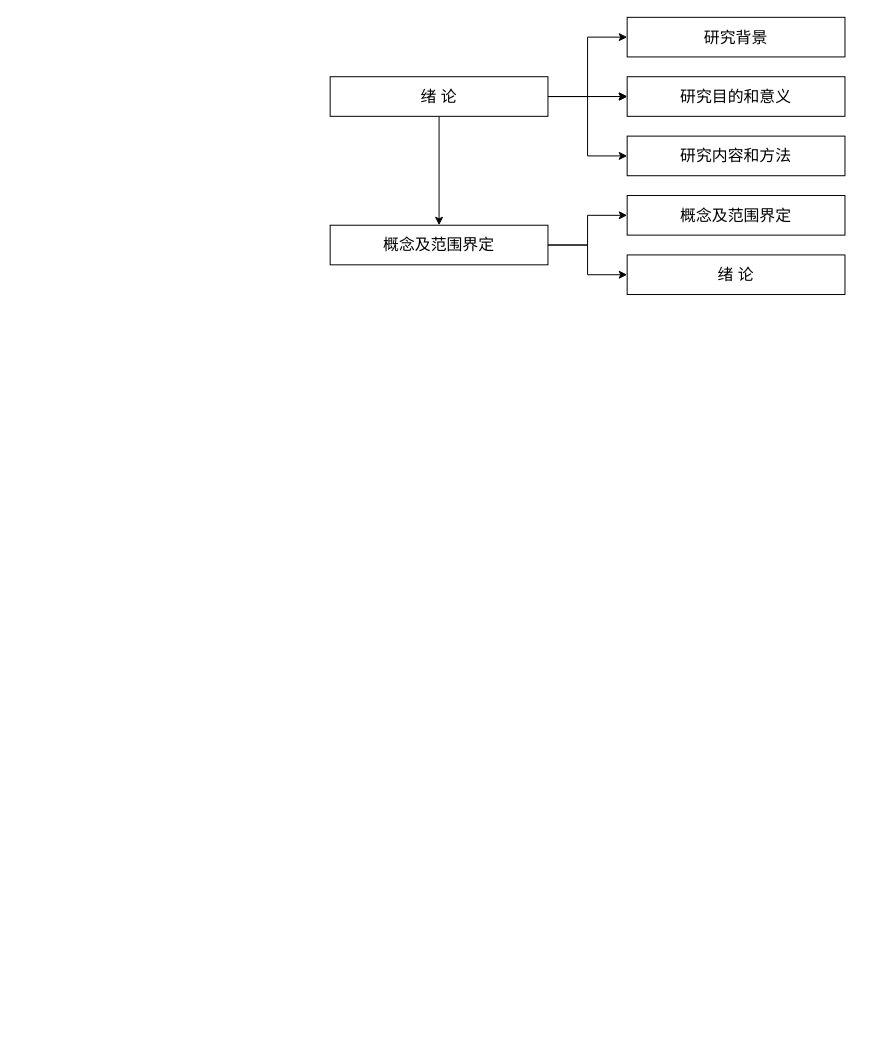
Above: page "技术路线" (1 of 3) of 未命名绘图.drawio in rhyme1216/skills-introduction-to-github (draw.io), before the change. Source tidied: cells renumbered, new cells numbered last; positions are measured from the earlier drawing's top-left corner, leaving out a move shared by most shapes. Both pictures are drawn from the tidied source at 99%, with x=0, y=0 at pixel (330, 17).
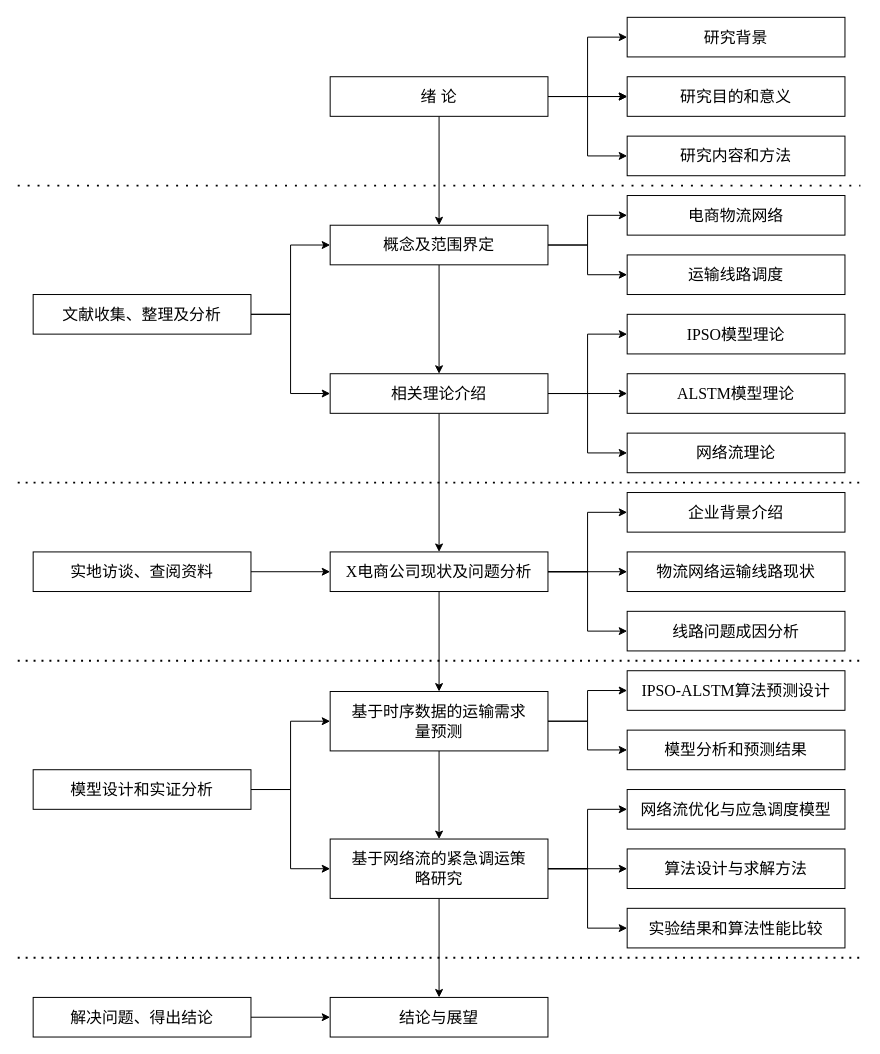
After the change.

Commit message:
更新未命名绘图.drawio

Unchanged cells that the change refers to:
```xml
<mxCell id="14" value="概念及范围界定" style="rounded=0;whiteSpace=wrap;html=1;fontSize=16;fontFamily=宋体-简;align=center;" parent="1" vertex="1">
  <mxGeometry y="210" width="220" height="40" as="geometry" />
</mxCell>
```

Change to the diagram source:
```diff
@@
+    <mxCell id="17" style="edgeStyle=orthogonalEdgeStyle;rounded=0;jettySize=auto;html=1;" parent="1" edge="1" source="14" target="22">
+      <mxGeometry relative="1" as="geometry" />
+    </mxCell>
@@
-    <mxCell id="15" value="概念及范围界定" style="rounded=0;whiteSpace=wrap;html=1;fontSize=16;fontFamily=宋体-简;align=center;" parent="1" vertex="1">
+    <mxCell id="15" value="电商物流网络" style="rounded=0;whiteSpace=wrap;html=1;fontSize=16;fontFamily=宋体-简;align=center;" parent="1" vertex="1">
       <mxGeometry x="300" y="180" width="220" height="40" as="geometry" />
     </mxCell>
-    <mxCell id="16" value="&lt;font&gt;绪 论&lt;/font&gt;" style="rounded=0;whiteSpace=wrap;html=1;fontSize=16;fontFamily=宋体-简;align=center;" parent="1" vertex="1">
+    <mxCell id="16" value="&lt;font&gt;运输线路调度&lt;/font&gt;" style="rounded=0;whiteSpace=wrap;html=1;fontSize=16;fontFamily=宋体-简;align=center;" parent="1" vertex="1">
       <mxGeometry x="300" y="240" width="220" height="40" as="geometry" />
     </mxCell>
+    <mxCell id="18" style="edgeStyle=orthogonalEdgeStyle;rounded=0;jettySize=auto;html=1;entryX=0;entryY=0.5;entryDx=0;entryDy=0;" parent="1" edge="1" source="22" target="23">
+      <mxGeometry relative="1" as="geometry" />
+    </mxCell>
+    <mxCell id="19" style="edgeStyle=orthogonalEdgeStyle;rounded=0;jettySize=auto;html=1;exitX=1;exitY=0.5;exitDx=0;exitDy=0;entryX=0;entryY=0.5;entryDx=0;entryDy=0;" parent="1" edge="1" source="22" target="25">
+      <mxGeometry relative="1" as="geometry" />
+    </mxCell>
+    <mxCell id="20" style="edgeStyle=orthogonalEdgeStyle;rounded=0;jettySize=auto;html=1;exitX=1;exitY=0.5;exitDx=0;exitDy=0;entryX=0;entryY=0.5;entryDx=0;entryDy=0;" parent="1" edge="1" source="22" target="24">
+      <mxGeometry relative="1" as="geometry" />
+    </mxCell>
+    <mxCell id="21" style="edgeStyle=orthogonalEdgeStyle;rounded=0;jettySize=auto;html=1;" parent="1" edge="1" source="22" target="33">
+      <mxGeometry relative="1" as="geometry" />
+    </mxCell>
+    <mxCell id="22" value="相关理论介绍" style="rounded=0;whiteSpace=wrap;html=1;fontSize=16;fontFamily=宋体-简;align=center;" parent="1" vertex="1">
+      <mxGeometry y="360" width="220" height="40" as="geometry" />
+    </mxCell>
+    <mxCell id="23" value="&lt;font face=&quot;Times New Roman&quot;&gt;IPSO&lt;/font&gt;模型理论" style="rounded=0;whiteSpace=wrap;html=1;fontSize=16;fontFamily=宋体-简;align=center;" parent="1" vertex="1">
+      <mxGeometry x="300" y="300" width="220" height="40" as="geometry" />
+    </mxCell>
+    <mxCell id="24" value="网络流理论" style="rounded=0;whiteSpace=wrap;html=1;fontSize=16;fontFamily=宋体-简;align=center;" parent="1" vertex="1">
+      <mxGeometry x="300" y="420" width="220" height="40" as="geometry" />
+    </mxCell>
+    <mxCell id="25" value="&lt;font face=&quot;Times New Roman&quot;&gt;ALSTM&lt;/font&gt;模型理论" style="rounded=0;whiteSpace=wrap;html=1;fontSize=16;fontFamily=宋体-简;align=center;" parent="1" vertex="1">
+      <mxGeometry x="300" y="360" width="220" height="40" as="geometry" />
+    </mxCell>
+    <mxCell id="26" style="edgeStyle=orthogonalEdgeStyle;rounded=0;jettySize=auto;html=1;exitX=1;exitY=0.5;exitDx=0;exitDy=0;entryX=0;entryY=0.5;entryDx=0;entryDy=0;" parent="1" edge="1" source="28" target="14">
+      <mxGeometry relative="1" as="geometry" />
+    </mxCell>
+    <mxCell id="27" style="edgeStyle=orthogonalEdgeStyle;rounded=0;jettySize=auto;html=1;exitX=1;exitY=0.5;exitDx=0;exitDy=0;entryX=0;entryY=0.5;entryDx=0;entryDy=0;" parent="1" edge="1" source="28" target="22">
+      <mxGeometry relative="1" as="geometry" />
+    </mxCell>
+    <mxCell id="28" value="文献收集、整理及&lt;span style=&quot;background-color: transparent; color: light-dark(rgb(0, 0, 0), rgb(255, 255, 255));&quot;&gt;分析&lt;/span&gt;" style="rounded=0;whiteSpace=wrap;html=1;fontSize=16;fontFamily=宋体-简;align=center;" parent="1" vertex="1">
+      <mxGeometry x="-300" y="280" width="220" height="40" as="geometry" />
+    </mxCell>
+    <mxCell id="29" style="edgeStyle=orthogonalEdgeStyle;rounded=0;jettySize=auto;html=1;" parent="1" edge="1" source="33" target="34">
+      <mxGeometry relative="1" as="geometry" />
+    </mxCell>
+    <mxCell id="30" style="edgeStyle=orthogonalEdgeStyle;rounded=0;jettySize=auto;html=1;exitX=1;exitY=0.5;exitDx=0;exitDy=0;entryX=0;entryY=0.5;entryDx=0;entryDy=0;" parent="1" edge="1" source="33" target="36">
+      <mxGeometry relative="1" as="geometry" />
+    </mxCell>
+    <mxCell id="31" style="edgeStyle=orthogonalEdgeStyle;rounded=0;jettySize=auto;html=1;exitX=1;exitY=0.5;exitDx=0;exitDy=0;entryX=0;entryY=0.5;entryDx=0;entryDy=0;" parent="1" edge="1" source="33" target="35">
+      <mxGeometry relative="1" as="geometry" />
+    </mxCell>
+    <mxCell id="32" style="edgeStyle=orthogonalEdgeStyle;rounded=0;jettySize=auto;html=1;" parent="1" edge="1" source="33" target="42">
+      <mxGeometry relative="1" as="geometry" />
+    </mxCell>
+    <mxCell id="33" value="&lt;font face=&quot;Times New Roman&quot;&gt;X&lt;/font&gt;电商公司现状及问题分析" style="rounded=0;whiteSpace=wrap;html=1;fontSize=16;fontFamily=宋体-简;align=center;" parent="1" vertex="1">
+      <mxGeometry y="540" width="220" height="40" as="geometry" />
+    </mxCell>
+    <mxCell id="34" value="&lt;font face=&quot;宋体-简&quot;&gt;物流网络运输线路&lt;/font&gt;现状" style="rounded=0;whiteSpace=wrap;html=1;fontSize=16;fontFamily=宋体-简;align=center;" parent="1" vertex="1">
+      <mxGeometry x="300" y="540" width="220" height="40" as="geometry" />
+    </mxCell>
+    <mxCell id="35" value="线路问题成因分析" style="rounded=0;whiteSpace=wrap;html=1;fontSize=16;fontFamily=宋体-简;align=center;" parent="1" vertex="1">
+      <mxGeometry x="300" y="600" width="220" height="40" as="geometry" />
+    </mxCell>
+    <mxCell id="36" value="企业背景介绍" style="rounded=0;whiteSpace=wrap;html=1;fontSize=16;fontFamily=宋体-简;align=center;" parent="1" vertex="1">
+      <mxGeometry x="300" y="480" width="220" height="40" as="geometry" />
+    </mxCell>
+    <mxCell id="37" style="edgeStyle=orthogonalEdgeStyle;rounded=0;jettySize=auto;html=1;exitX=1;exitY=0.5;exitDx=0;exitDy=0;entryX=0;entryY=0.5;entryDx=0;entryDy=0;" parent="1" edge="1" source="38" target="33">
+      <mxGeometry relative="1" as="geometry" />
+    </mxCell>
+    <mxCell id="38" value="实地访谈、查阅资料" style="rounded=0;whiteSpace=wrap;html=1;fontSize=16;fontFamily=宋体-简;align=center;" parent="1" vertex="1">
+      <mxGeometry x="-300" y="540" width="220" height="40" as="geometry" />
+    </mxCell>
+    <mxCell id="39" style="edgeStyle=orthogonalEdgeStyle;rounded=0;jettySize=auto;html=1;" parent="1" edge="1" source="42" target="48">
+      <mxGeometry relative="1" as="geometry" />
+    </mxCell>
+    <mxCell id="40" style="edgeStyle=orthogonalEdgeStyle;rounded=0;jettySize=auto;html=1;" parent="1" edge="1" source="42" target="49">
+      <mxGeometry relative="1" as="geometry" />
+    </mxCell>
+    <mxCell id="41" style="edgeStyle=orthogonalEdgeStyle;rounded=0;jettySize=auto;html=1;entryX=0.5;entryY=0;entryDx=0;entryDy=0;" parent="1" edge="1" source="42" target="47">
+      <mxGeometry relative="1" as="geometry" />
+    </mxCell>
+    <mxCell id="42" value="基于时序数据的运输需求&lt;div&gt;量预测&lt;/div&gt;" style="rounded=0;whiteSpace=wrap;html=1;fontSize=16;fontFamily=宋体-简;align=center;" parent="1" vertex="1">
+      <mxGeometry y="681" width="220" height="60" as="geometry" />
+    </mxCell>
+    <mxCell id="43" style="edgeStyle=orthogonalEdgeStyle;rounded=0;jettySize=auto;html=1;entryX=0;entryY=0.5;entryDx=0;entryDy=0;" parent="1" edge="1" source="47" target="50">
+      <mxGeometry relative="1" as="geometry" />
+    </mxCell>
+    <mxCell id="44" style="edgeStyle=orthogonalEdgeStyle;rounded=0;jettySize=auto;html=1;exitX=1;exitY=0.5;exitDx=0;exitDy=0;entryX=0;entryY=0.5;entryDx=0;entryDy=0;" parent="1" edge="1" source="47" target="51">
+      <mxGeometry relative="1" as="geometry" />
+    </mxCell>
+    <mxCell id="45" style="edgeStyle=orthogonalEdgeStyle;rounded=0;jettySize=auto;html=1;exitX=1;exitY=0.5;exitDx=0;exitDy=0;entryX=0;entryY=0.5;entryDx=0;entryDy=0;" parent="1" edge="1" source="47" target="52">
+      <mxGeometry relative="1" as="geometry" />
+    </mxCell>
+    <mxCell id="46" style="edgeStyle=orthogonalEdgeStyle;rounded=0;jettySize=auto;html=1;" parent="1" edge="1" source="47" target="56">
+      <mxGeometry relative="1" as="geometry" />
+    </mxCell>
+    <mxCell id="47" value="基于网络流的紧急调运策&lt;div&gt;略研究&lt;/div&gt;" style="rounded=0;whiteSpace=wrap;html=1;fontSize=16;fontFamily=宋体-简;align=center;" parent="1" vertex="1">
+      <mxGeometry y="830" width="220" height="60" as="geometry" />
+    </mxCell>
+    <mxCell id="48" value="模型分析和预测结果" style="rounded=0;whiteSpace=wrap;html=1;fontSize=16;fontFamily=宋体-简;align=center;" parent="1" vertex="1">
+      <mxGeometry x="300" y="720" width="220" height="40" as="geometry" />
+    </mxCell>
+    <mxCell id="49" value="&lt;span style=&quot;text-align: start; font-size: 12pt; font-family: &amp;quot;Times New Roman&amp;quot;, serif;&quot; lang=&quot;EN-US&quot;&gt;IPSO-ALSTM&lt;/span&gt;&lt;span style=&quot;text-align: start; font-size: 12pt;&quot;&gt;&lt;font face=&quot;宋体-简&quot;&gt;算法预测设计&lt;/font&gt;&lt;/span&gt;&lt;span style=&quot;font-size: medium; text-align: start;&quot;&gt;&lt;/span&gt;" style="rounded=0;whiteSpace=wrap;html=1;fontSize=16;fontFamily=宋体-简;align=center;" parent="1" vertex="1">
+      <mxGeometry x="300" y="660" width="220" height="40" as="geometry" />
+    </mxCell>
+    <mxCell id="50" value="网络流优化与应急调度模型" style="rounded=0;whiteSpace=wrap;html=1;fontSize=16;fontFamily=宋体-简;align=center;" parent="1" vertex="1">
+      <mxGeometry x="300" y="780" width="220" height="40" as="geometry" />
+    </mxCell>
+    <mxCell id="51" value="算法设计与求解方法" style="rounded=0;whiteSpace=wrap;html=1;fontSize=16;fontFamily=宋体-简;align=center;" parent="1" vertex="1">
+      <mxGeometry x="300" y="840" width="220" height="40" as="geometry" />
+    </mxCell>
+    <mxCell id="52" value="实验结果和算法性能比较" style="rounded=0;whiteSpace=wrap;html=1;fontSize=16;fontFamily=宋体-简;align=center;" parent="1" vertex="1">
+      <mxGeometry x="300" y="900" width="220" height="40" as="geometry" />
+    </mxCell>
+    <mxCell id="53" style="edgeStyle=orthogonalEdgeStyle;rounded=0;jettySize=auto;html=1;exitX=1;exitY=0.5;exitDx=0;exitDy=0;entryX=0;entryY=0.5;entryDx=0;entryDy=0;" parent="1" edge="1" source="55" target="42">
+      <mxGeometry relative="1" as="geometry" />
+    </mxCell>
+    <mxCell id="54" style="edgeStyle=orthogonalEdgeStyle;rounded=0;jettySize=auto;html=1;exitX=1;exitY=0.5;exitDx=0;exitDy=0;entryX=0;entryY=0.5;entryDx=0;entryDy=0;" parent="1" edge="1" source="55" target="47">
+      <mxGeometry relative="1" as="geometry" />
+    </mxCell>
+    <mxCell id="55" value="模型设计和实证分析" style="rounded=0;whiteSpace=wrap;html=1;fontSize=16;fontFamily=宋体-简;align=center;" parent="1" vertex="1">
+      <mxGeometry x="-300" y="760" width="220" height="40" as="geometry" />
+    </mxCell>
+    <mxCell id="56" value="结论与展望" style="rounded=0;whiteSpace=wrap;html=1;fontSize=16;fontFamily=宋体-简;align=center;" parent="1" vertex="1">
+      <mxGeometry y="990" width="220" height="40" as="geometry" />
+    </mxCell>
+    <mxCell id="57" style="edgeStyle=orthogonalEdgeStyle;rounded=0;jettySize=auto;html=1;exitX=1;exitY=0.5;exitDx=0;exitDy=0;entryX=0;entryY=0.5;entryDx=0;entryDy=0;" parent="1" edge="1" source="58" target="56">
+      <mxGeometry relative="1" as="geometry" />
+    </mxCell>
+    <mxCell id="58" value="解决问题、得出结论" style="rounded=0;whiteSpace=wrap;html=1;fontSize=16;fontFamily=宋体-简;align=center;" parent="1" vertex="1">
+      <mxGeometry x="-300" y="990" width="220" height="40" as="geometry" />
+    </mxCell>
+    <mxCell id="59" style="endArrow=none;dashed=1;html=1;strokeWidth=2;rounded=0;dashPattern=1 4;" parent="1" edge="1">
+      <mxGeometry relative="1" as="geometry">
+        <mxPoint x="-315.6" y="170" as="sourcePoint" />
+        <mxPoint x="535.6" y="170" as="targetPoint" />
+      </mxGeometry>
+    </mxCell>
+    <mxCell id="60" style="endArrow=none;dashed=1;html=1;dashPattern=1 3;strokeWidth=2;rounded=0;" parent="1" edge="1">
+      <mxGeometry relative="1" as="geometry">
+        <mxPoint x="-315.6" y="470" as="sourcePoint" />
+        <mxPoint x="535.6" y="470" as="targetPoint" />
+      </mxGeometry>
+    </mxCell>
+    <mxCell id="61" style="endArrow=none;dashed=1;html=1;dashPattern=1 3;strokeWidth=2;rounded=0;" parent="1" edge="1">
+      <mxGeometry relative="1" as="geometry">
+        <mxPoint x="-315.6" y="650" as="sourcePoint" />
+        <mxPoint x="535.6" y="650" as="targetPoint" />
+      </mxGeometry>
+    </mxCell>
+    <mxCell id="62" style="endArrow=none;dashed=1;html=1;dashPattern=1 3;strokeWidth=2;rounded=0;" parent="1" edge="1">
+      <mxGeometry relative="1" as="geometry">
+        <mxPoint x="-315.6" y="950" as="sourcePoint" />
+        <mxPoint x="535.6" y="950" as="targetPoint" />
+      </mxGeometry>
+    </mxCell>
```
